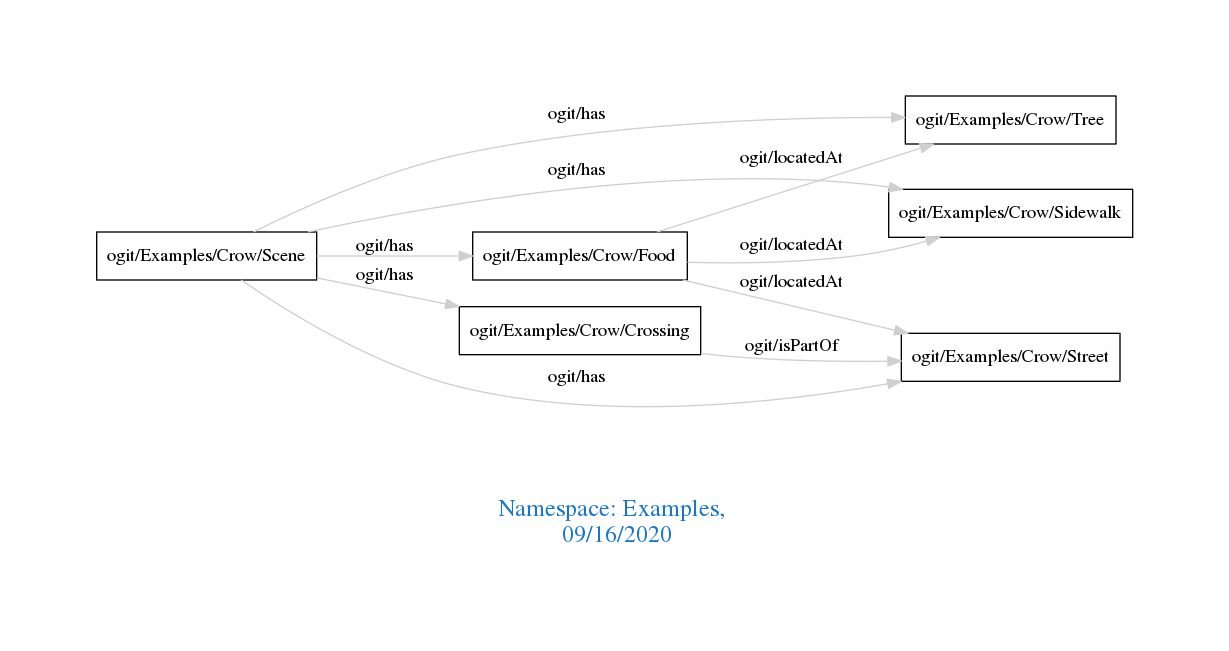
This is downloads/Examples.png from arago/OGIT, a Graphviz export, as it was before one commit. Its source is kept beside it as downloads/Examples.dot.
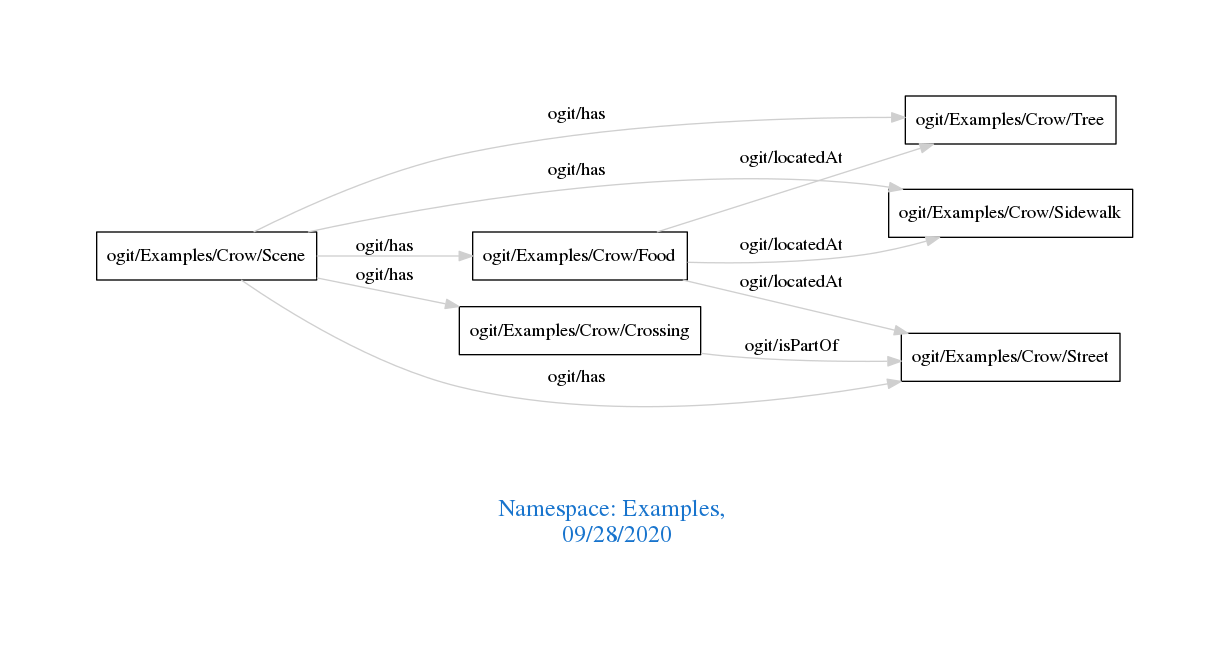
Later version of the same file.

Diff of the diagram source:
```diff
@@ -1,7 +1,7 @@
 digraph OGIT_ontology {
  graph [ rankdir= LR,pad=1
 fontsize = 18,
-fontcolor= dodgerblue3,label = "\n\n\nNamespace: Examples, \n 09/16/2020"];
+fontcolor= dodgerblue3,label = "\n\n\nNamespace: Examples, \n 09/28/2020"];
 node[shape=polygon];
 edge [  color="gray81"];
 
```
